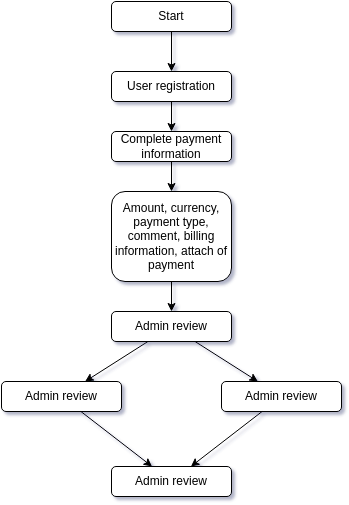
Above: public/images/client_projects/clicap_flow/clicap_payment.drawio.png in guduchango/freelancer-web (draw.io), before the change. Source tidied: cells renumbered, new cells last; positions are measured from the earlier drawing's top-left corner, leaving out a move shared by most shapes.
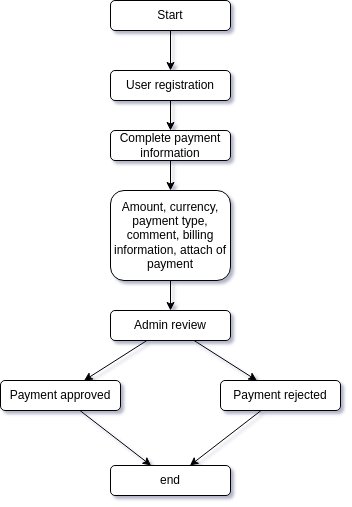
The same file after the commit.

Diff of the diagram source:
```diff
@@ -29,19 +29,19 @@
     <mxCell id="10" style="edgeStyle=orthogonalEdgeStyle;rounded=0;jettySize=auto;html=1;" parent="1" edge="1" source="7" target="9">
       <mxGeometry relative="1" as="geometry" />
     </mxCell>
-    <mxCell id="11" value="Admin review" style="rounded=1;whiteSpace=wrap;html=1;fontSize=12;glass=0;strokeWidth=1;shadow=0;" parent="1" vertex="1">
+    <mxCell id="11" value="Payment approved" style="rounded=1;whiteSpace=wrap;html=1;fontSize=12;glass=0;strokeWidth=1;shadow=0;" parent="1" vertex="1">
       <mxGeometry y="380" width="120" height="30" as="geometry" />
     </mxCell>
     <mxCell id="12" style="endArrow=classic;html=1;rounded=0;" parent="1" edge="1" source="9" target="11">
       <mxGeometry relative="1" as="geometry" />
     </mxCell>
-    <mxCell id="13" value="Admin review" style="rounded=1;whiteSpace=wrap;html=1;fontSize=12;glass=0;strokeWidth=1;shadow=0;" parent="1" vertex="1">
+    <mxCell id="13" value="Payment rejected" style="rounded=1;whiteSpace=wrap;html=1;fontSize=12;glass=0;strokeWidth=1;shadow=0;" parent="1" vertex="1">
       <mxGeometry x="220" y="380" width="120" height="30" as="geometry" />
     </mxCell>
     <mxCell id="14" style="endArrow=classic;html=1;rounded=0;" parent="1" edge="1" source="9" target="13">
       <mxGeometry relative="1" as="geometry" />
     </mxCell>
-    <mxCell id="15" value="Admin review" style="rounded=1;whiteSpace=wrap;html=1;fontSize=12;glass=0;strokeWidth=1;shadow=0;" parent="1" vertex="1">
+    <mxCell id="15" value="end" style="rounded=1;whiteSpace=wrap;html=1;fontSize=12;glass=0;strokeWidth=1;shadow=0;" parent="1" vertex="1">
       <mxGeometry x="110" y="465" width="120" height="30" as="geometry" />
     </mxCell>
     <mxCell id="16" style="endArrow=classic;html=1;rounded=0;" parent="1" edge="1" source="13" target="15">
```
